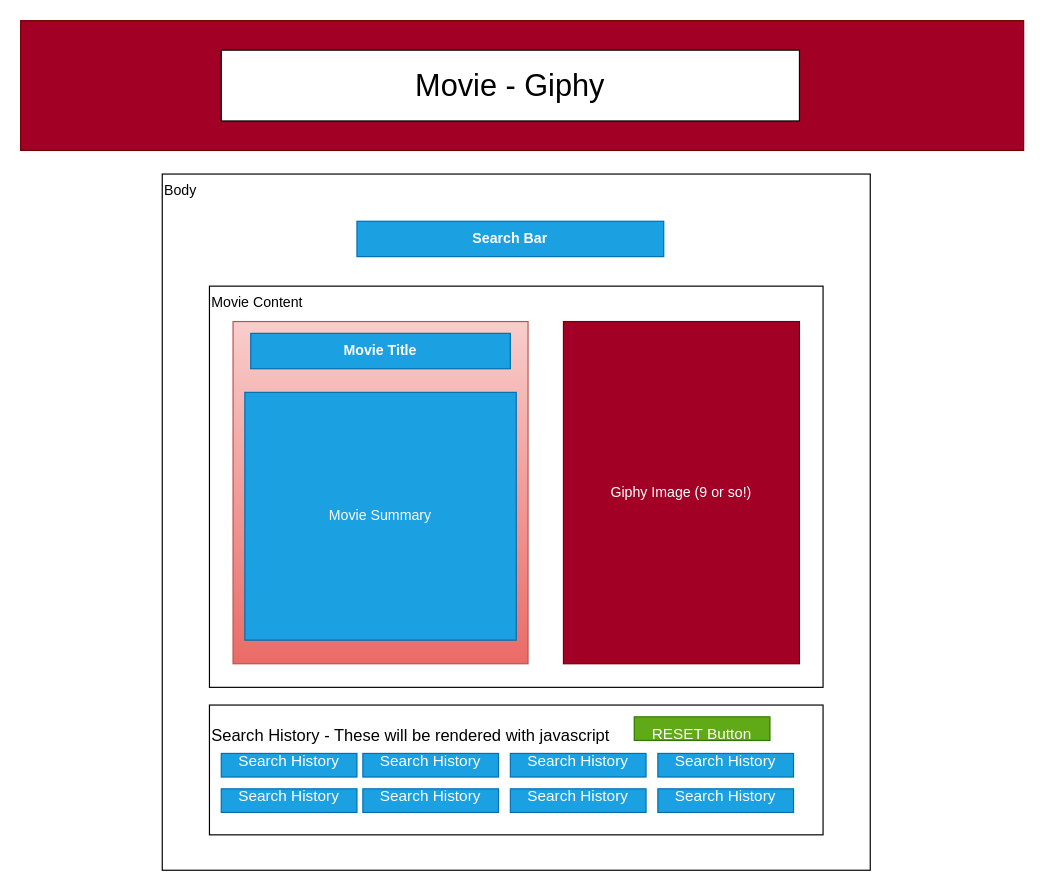
Before: wireframe.drawio in uwlryoung/movie-giphy, a draw.io diagram. Source tidied: cells renumbered, new cells numbered last; positions are measured from the earlier drawing's top-left corner, leaving out a move shared by most shapes. Both pictures are drawn from the tidied source at 118%, with x=0, y=0 at pixel (20, 20).
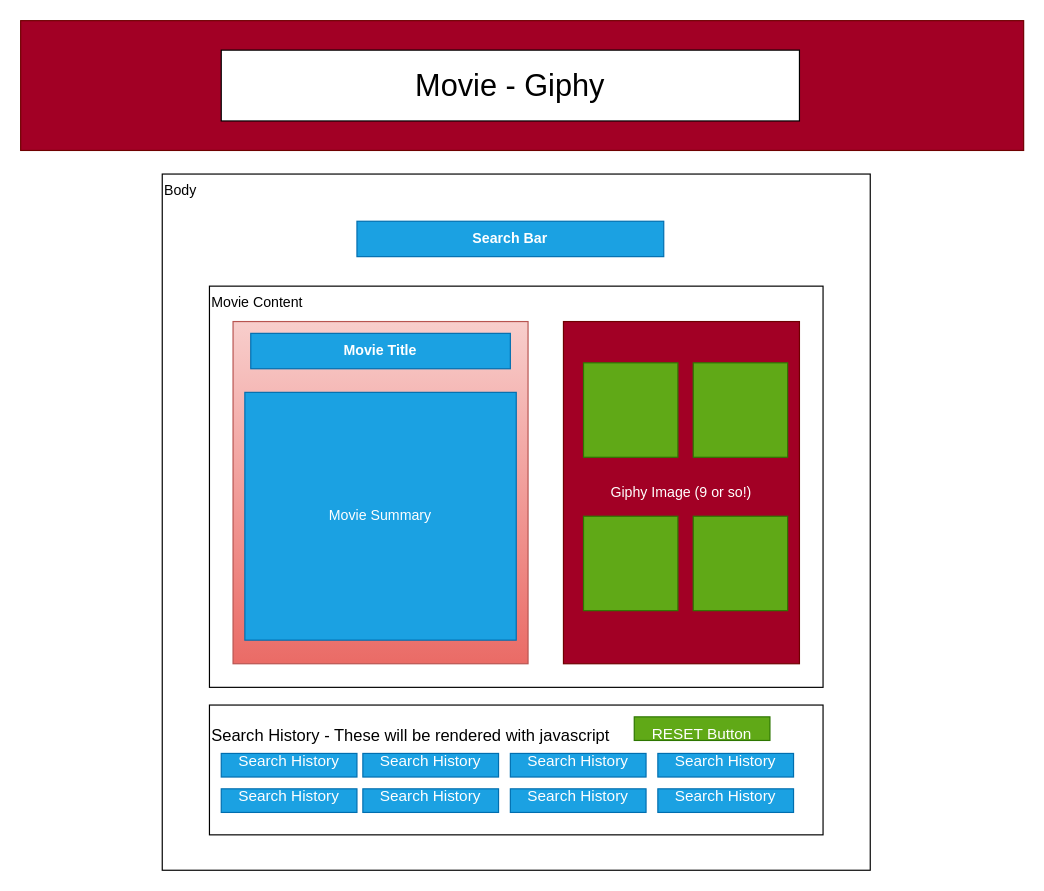
Above is the later version.

Change to the diagram source:
```diff
@@
+    <mxCell id="21" style="whiteSpace=wrap;html=1;fillColor=#60a917;fontColor=#ffffff;strokeColor=#2D7600;" parent="1" vertex="1">
+      <mxGeometry x="570" y="290" width="80" height="80" as="geometry" />
+    </mxCell>
+    <mxCell id="22" style="whiteSpace=wrap;html=1;fillColor=#60a917;fontColor=#ffffff;strokeColor=#2D7600;" parent="1" vertex="1">
+      <mxGeometry x="477" y="290" width="80" height="80" as="geometry" />
+    </mxCell>
+    <mxCell id="23" style="whiteSpace=wrap;html=1;fillColor=#60a917;fontColor=#ffffff;strokeColor=#2D7600;" parent="1" vertex="1">
+      <mxGeometry x="570" y="420" width="80" height="80" as="geometry" />
+    </mxCell>
+    <mxCell id="24" style="whiteSpace=wrap;html=1;fillColor=#60a917;fontColor=#ffffff;strokeColor=#2D7600;" parent="1" vertex="1">
+      <mxGeometry x="477" y="420" width="80" height="80" as="geometry" />
+    </mxCell>
```
